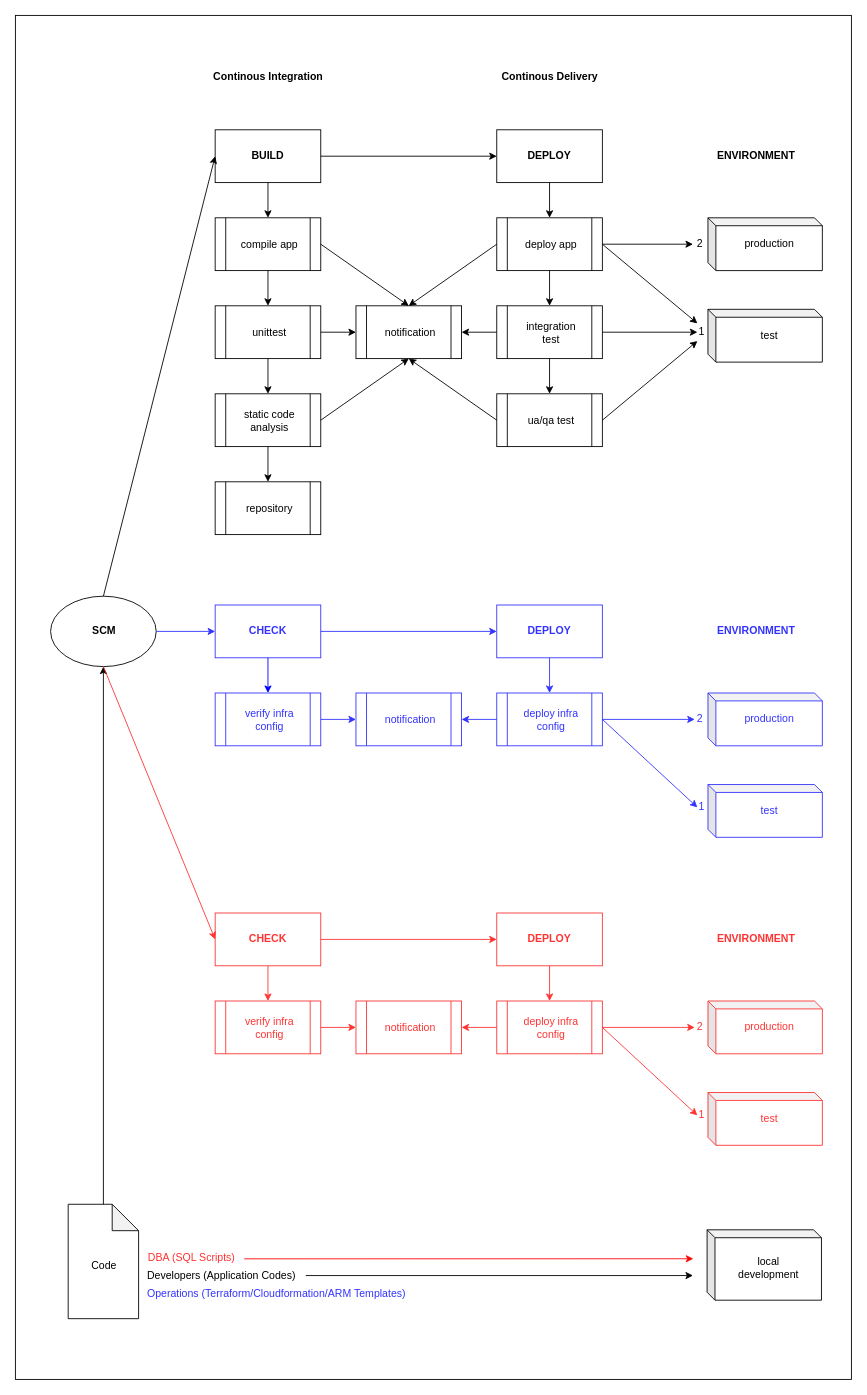
jayamorin/pipeline keeps this draw.io diagram as ci-cd_pipeline.drawio. Above is the earlier version. Source tidied: cells renumbered, new cells numbered last; positions are measured from the earlier drawing's top-left corner, leaving out a move shared by most shapes. Both pictures are drawn from the tidied source at 88%, with x=0, y=0 at pixel (15, 15).
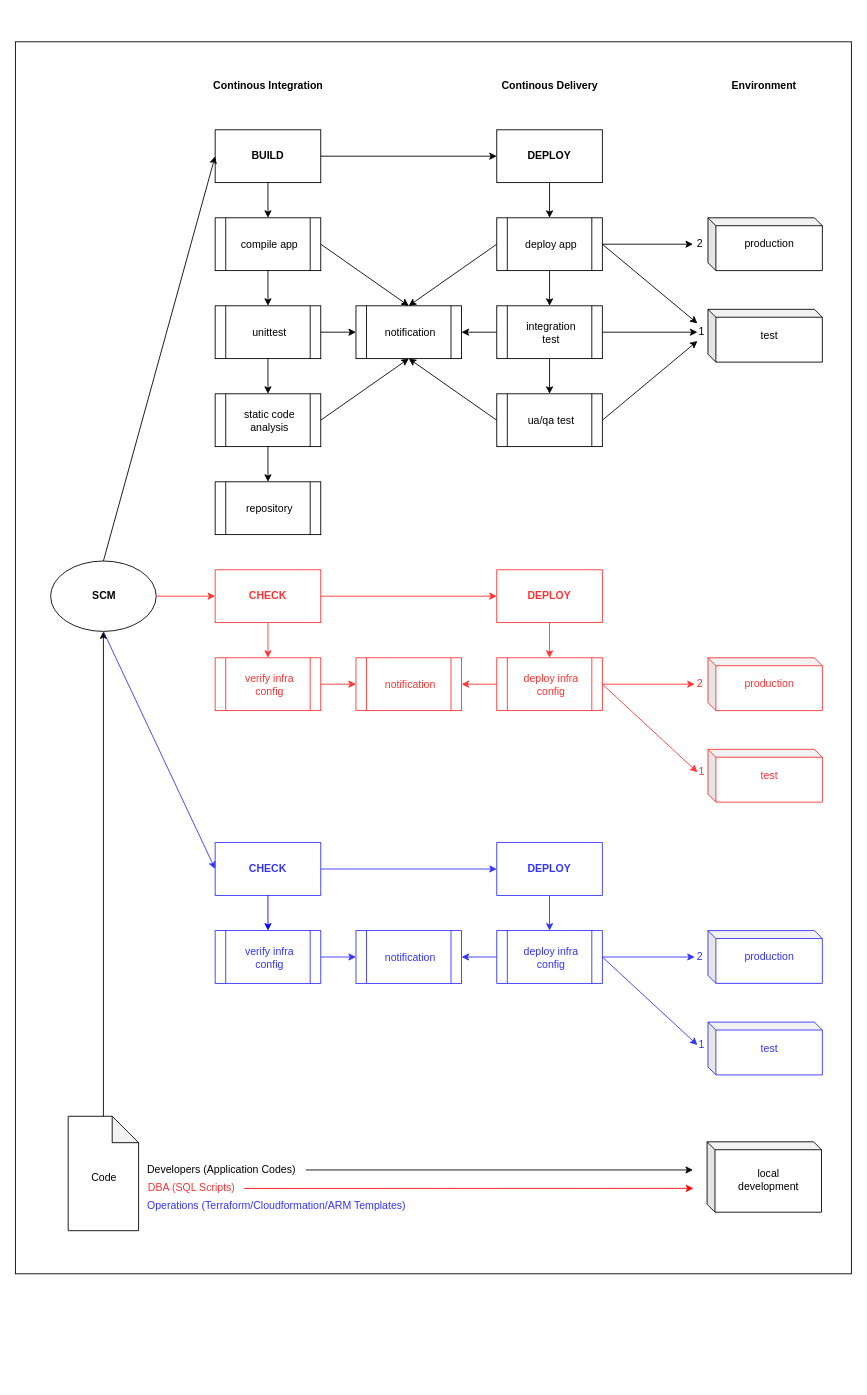
The same diagram, later.

Diff of the diagram source:
```diff
@@
     <mxCell id="2" style="rounded=0;whiteSpace=wrap;html=1;labelBackgroundColor=none;fillColor=none;strokeColor=#000000;" parent="1" vertex="1">
-      <mxGeometry width="950" height="1550" as="geometry" />
+      <mxGeometry y="30" width="950" height="1400" as="geometry" />
     </mxCell>
     <mxCell id="3" style="ellipse;whiteSpace=wrap;html=1;" parent="1" vertex="1">
-      <mxGeometry x="40" y="660" width="120" height="80" as="geometry" />
+      <mxGeometry x="40" y="620" width="120" height="80" as="geometry" />
     </mxCell>
@@
     <mxCell id="8" style="shape=note;whiteSpace=wrap;html=1;backgroundOutline=1;darkOpacity=0.05;" parent="1" vertex="1">
-      <mxGeometry x="60" y="1351" width="80" height="130" as="geometry" />
+      <mxGeometry x="60" y="1251" width="80" height="130" as="geometry" />
     </mxCell>
     <mxCell id="9" value="SCM" style="text;html=1;strokeColor=none;fillColor=none;align=center;verticalAlign=middle;whiteSpace=wrap;rounded=0;fontStyle=1;" parent="1" vertex="1">
-      <mxGeometry x="81" y="690" width="40" height="20" as="geometry" />
+      <mxGeometry x="81" y="650" width="40" height="20" as="geometry" />
     </mxCell>
@@
-    <mxCell id="13" value="ENVIRONMENT" style="text;html=1;strokeColor=none;fillColor=none;align=center;verticalAlign=middle;whiteSpace=wrap;rounded=0;fontStyle=1;" parent="1" vertex="1">
-      <mxGeometry x="777" y="150" width="130" height="20" as="geometry" />
+    <mxCell id="13" value="Environment" style="text;html=1;strokeColor=none;fillColor=none;align=center;verticalAlign=middle;whiteSpace=wrap;rounded=0;fontStyle=1;" parent="1" vertex="1">
+      <mxGeometry x="786" y="70" width="130" height="20" as="geometry" />
     </mxCell>
@@
     <mxCell id="42" style="shape=cube;whiteSpace=wrap;html=1;boundedLbl=1;backgroundOutline=1;darkOpacity=0.05;darkOpacity2=0.1;align=center;size=9;" parent="1" vertex="1">
-      <mxGeometry x="786" y="1380" width="130" height="80" as="geometry" />
+      <mxGeometry x="786" y="1280" width="130" height="80" as="geometry" />
     </mxCell>
     <mxCell id="43" value="local development" style="text;html=1;strokeColor=none;fillColor=none;align=center;verticalAlign=middle;whiteSpace=wrap;rounded=0;" parent="1" vertex="1">
-      <mxGeometry x="821" y="1413" width="70" height="20" as="geometry" />
+      <mxGeometry x="821" y="1313" width="70" height="20" as="geometry" />
     </mxCell>
@@
     <mxCell id="52" value="Continous Integration" style="text;html=1;strokeColor=none;fillColor=none;align=center;verticalAlign=middle;whiteSpace=wrap;rounded=0;fontStyle=1;" parent="1" vertex="1">
-      <mxGeometry x="221.5" y="60" width="131" height="20" as="geometry" />
+      <mxGeometry x="221.5" y="70" width="131" height="20" as="geometry" />
     </mxCell>
     <mxCell id="53" value="Continous Delivery" style="text;html=1;strokeColor=none;fillColor=none;align=center;verticalAlign=middle;whiteSpace=wrap;rounded=0;fontStyle=1;" parent="1" vertex="1">
-      <mxGeometry x="541.5" y="60" width="131" height="20" as="geometry" />
+      <mxGeometry x="541.5" y="70" width="131" height="20" as="geometry" />
     </mxCell>
     <mxCell id="54" value="Code" style="text;html=1;strokeColor=none;fillColor=none;align=center;verticalAlign=middle;whiteSpace=wrap;rounded=0;" parent="1" vertex="1">
-      <mxGeometry x="81" y="1411" width="40" height="20" as="geometry" />
+      <mxGeometry x="81" y="1311" width="40" height="20" as="geometry" />
     </mxCell>
     <mxCell id="55" value="Developers (Application Codes)" style="text;html=1;strokeColor=none;fillColor=none;align=left;verticalAlign=middle;whiteSpace=wrap;rounded=0;" parent="1" vertex="1">
-      <mxGeometry x="148" y="1422" width="182" height="20" as="geometry" />
+      <mxGeometry x="148" y="1302" width="182" height="20" as="geometry" />
     </mxCell>
     <mxCell id="56" value="Operations (Terraform/Cloudformation/ARM Templates)" style="text;html=1;align=left;verticalAlign=middle;whiteSpace=wrap;rounded=0;fontColor=#3333FF;" parent="1" vertex="1">
-      <mxGeometry x="148" y="1443" width="302" height="20" as="geometry" />
+      <mxGeometry x="148" y="1343" width="302" height="20" as="geometry" />
     </mxCell>
@@
     <mxCell id="60" style="rounded=0;whiteSpace=wrap;html=1;strokeColor=#3333FF;" parent="1" vertex="1">
-      <mxGeometry x="227" y="670" width="120" height="60" as="geometry" />
+      <mxGeometry x="227" y="940" width="120" height="60" as="geometry" />
     </mxCell>
     <mxCell id="61" style="rounded=0;whiteSpace=wrap;html=1;strokeColor=#3333FF;" parent="1" vertex="1">
-      <mxGeometry x="547" y="670" width="120" height="60" as="geometry" />
+      <mxGeometry x="547" y="940" width="120" height="60" as="geometry" />
     </mxCell>
-    <mxCell id="62" style="endArrow=classic;html=1;exitX=1;exitY=0.5;exitDx=0;exitDy=0;entryX=0;entryY=0.5;entryDx=0;entryDy=0;strokeColor=#3333FF;" parent="1" edge="1" source="3" target="60">
+    <mxCell id="62" style="endArrow=classic;html=1;exitX=0.5;exitY=1;exitDx=0;exitDy=0;entryX=0;entryY=0.5;entryDx=0;entryDy=0;strokeColor=#3333FF;" parent="1" edge="1" source="3" target="60">
       <mxGeometry relative="1" as="geometry" />
     </mxCell>
@@
     <mxCell id="64" value="CHECK" style="text;html=1;strokeColor=none;fillColor=none;align=center;verticalAlign=middle;whiteSpace=wrap;rounded=0;fontStyle=1;fontColor=#3333FF;" parent="1" vertex="1">
-      <mxGeometry x="267" y="690" width="40" height="20" as="geometry" />
+      <mxGeometry x="267" y="960" width="40" height="20" as="geometry" />
     </mxCell>
     <mxCell id="65" value="DEPLOY" style="text;html=1;strokeColor=none;fillColor=none;align=center;verticalAlign=middle;whiteSpace=wrap;rounded=0;fontStyle=1;fontColor=#3333FF;" parent="1" vertex="1">
-      <mxGeometry x="587" y="690" width="40" height="20" as="geometry" />
+      <mxGeometry x="587" y="960" width="40" height="20" as="geometry" />
     </mxCell>
     <mxCell id="66" style="endArrow=classic;html=1;exitX=0.5;exitY=1;exitDx=0;exitDy=0;entryX=0.5;entryY=0;entryDx=0;entryDy=0;fontColor=#000000;strokeColor=#0000FF;" parent="1" edge="1" source="60">
       <mxGeometry relative="1" as="geometry">
-        <mxPoint x="287" y="770" as="targetPoint" />
+        <mxPoint x="287" y="1040" as="targetPoint" />
       </mxGeometry>
     </mxCell>
     <mxCell id="67" style="endArrow=classic;html=1;exitX=0.5;exitY=1;exitDx=0;exitDy=0;entryX=0.5;entryY=0;entryDx=0;entryDy=0;strokeColor=#3333FF;" parent="1" edge="1" source="61">
       <mxGeometry relative="1" as="geometry">
-        <mxPoint x="607" y="770" as="targetPoint" />
+        <mxPoint x="607" y="1040" as="targetPoint" />
       </mxGeometry>
     </mxCell>
     <mxCell id="68" style="shape=process;whiteSpace=wrap;html=1;backgroundOutline=1;align=center;strokeColor=#3333FF;" parent="1" vertex="1">
-      <mxGeometry x="227" y="770" width="120" height="60" as="geometry" />
+      <mxGeometry x="227" y="1040" width="120" height="60" as="geometry" />
     </mxCell>
     <mxCell id="69" value="verify infra config" style="text;html=1;strokeColor=none;fillColor=none;align=center;verticalAlign=middle;whiteSpace=wrap;rounded=0;fontColor=#3333FF;" parent="1" vertex="1">
-      <mxGeometry x="254" y="791" width="70" height="20" as="geometry" />
+      <mxGeometry x="254" y="1061" width="70" height="20" as="geometry" />
     </mxCell>
     <mxCell id="70" style="shape=process;whiteSpace=wrap;html=1;backgroundOutline=1;align=center;strokeColor=#3333FF;" parent="1" vertex="1">
-      <mxGeometry x="547" y="770" width="120" height="60" as="geometry" />
+      <mxGeometry x="547" y="1040" width="120" height="60" as="geometry" />
     </mxCell>
     <mxCell id="71" value="deploy infra config" style="text;html=1;strokeColor=none;fillColor=none;align=center;verticalAlign=middle;whiteSpace=wrap;rounded=0;fontColor=#3333FF;" parent="1" vertex="1">
-      <mxGeometry x="574" y="791" width="70" height="20" as="geometry" />
+      <mxGeometry x="574" y="1061" width="70" height="20" as="geometry" />
     </mxCell>
-    <mxCell id="72" value="ENVIRONMENT" style="text;html=1;strokeColor=none;fillColor=none;align=center;verticalAlign=middle;whiteSpace=wrap;rounded=0;fontStyle=1;fontColor=#3333FF;" parent="1" vertex="1">
-      <mxGeometry x="777" y="690" width="130" height="20" as="geometry" />
-    </mxCell>
     <mxCell id="73" style="shape=cube;whiteSpace=wrap;html=1;boundedLbl=1;backgroundOutline=1;darkOpacity=0.05;darkOpacity2=0.1;align=center;size=9;strokeColor=#3333FF;" parent="1" vertex="1">
-      <mxGeometry x="787" y="770" width="130" height="60" as="geometry" />
+      <mxGeometry x="787" y="1040" width="130" height="60" as="geometry" />
     </mxCell>
     <mxCell id="74" value="production" style="text;html=1;strokeColor=none;fillColor=none;align=center;verticalAlign=middle;whiteSpace=wrap;rounded=0;fontColor=#3333FF;" parent="1" vertex="1">
-      <mxGeometry x="822" y="790" width="70" height="20" as="geometry" />
+      <mxGeometry x="822" y="1060" width="70" height="20" as="geometry" />
     </mxCell>
     <mxCell id="75" style="shape=cube;whiteSpace=wrap;html=1;boundedLbl=1;backgroundOutline=1;darkOpacity=0.05;darkOpacity2=0.1;align=center;size=9;strokeColor=#3333FF;" parent="1" vertex="1">
-      <mxGeometry x="787" y="874" width="130" height="60" as="geometry" />
+      <mxGeometry x="787" y="1144" width="130" height="60" as="geometry" />
     </mxCell>
     <mxCell id="76" value="test" style="text;html=1;strokeColor=none;fillColor=none;align=center;verticalAlign=middle;whiteSpace=wrap;rounded=0;fontColor=#3333FF;" parent="1" vertex="1">
-      <mxGeometry x="822" y="894" width="70" height="20" as="geometry" />
+      <mxGeometry x="822" y="1164" width="70" height="20" as="geometry" />
     </mxCell>
     <mxCell id="77" value="1" style="text;html=1;strokeColor=none;fillColor=none;align=center;verticalAlign=middle;whiteSpace=wrap;rounded=0;fontColor=#3333FF;" parent="1" vertex="1">
-      <mxGeometry x="775" y="890" width="10" height="20" as="geometry" />
+      <mxGeometry x="775" y="1160" width="10" height="20" as="geometry" />
     </mxCell>
     <mxCell id="78" value="2" style="text;html=1;strokeColor=none;fillColor=none;align=center;verticalAlign=middle;whiteSpace=wrap;rounded=0;fontColor=#3333FF;" parent="1" vertex="1">
-      <mxGeometry x="773" y="790" width="10" height="20" as="geometry" />
+      <mxGeometry x="773" y="1060" width="10" height="20" as="geometry" />
     </mxCell>
     <mxCell id="79" style="endArrow=classic;html=1;exitX=1;exitY=0.5;exitDx=0;exitDy=0;strokeColor=#3333FF;" parent="1" edge="1" source="70">
       <mxGeometry relative="1" as="geometry">
-        <mxPoint x="772" y="800" as="targetPoint" />
+        <mxPoint x="772" y="1070" as="targetPoint" />
       </mxGeometry>
     </mxCell>
@@
     <mxCell id="81" style="shape=process;whiteSpace=wrap;html=1;backgroundOutline=1;align=center;strokeColor=#3333FF;" parent="1" vertex="1">
-      <mxGeometry x="387" y="770" width="120" height="60" as="geometry" />
+      <mxGeometry x="387" y="1040" width="120" height="60" as="geometry" />
     </mxCell>
     <mxCell id="82" value="notification" style="text;html=1;strokeColor=none;fillColor=none;align=center;verticalAlign=middle;whiteSpace=wrap;rounded=0;fontColor=#3333FF;" parent="1" vertex="1">
-      <mxGeometry x="414" y="791" width="70" height="20" as="geometry" />
+      <mxGeometry x="414" y="1061" width="70" height="20" as="geometry" />
     </mxCell>
@@
     <mxCell id="85" style="rounded=0;whiteSpace=wrap;html=1;strokeColor=#FF3333;" parent="1" vertex="1">
-      <mxGeometry x="227" y="1020" width="120" height="60" as="geometry" />
+      <mxGeometry x="227" y="630" width="120" height="60" as="geometry" />
     </mxCell>
     <mxCell id="86" style="rounded=0;whiteSpace=wrap;html=1;strokeColor=#FF3333;" parent="1" vertex="1">
-      <mxGeometry x="547" y="1020" width="120" height="60" as="geometry" />
+      <mxGeometry x="547" y="630" width="120" height="60" as="geometry" />
     </mxCell>
@@
     <mxCell id="88" value="CHECK" style="text;html=1;strokeColor=none;fillColor=none;align=center;verticalAlign=middle;whiteSpace=wrap;rounded=0;fontStyle=1;fontColor=#FF3333;" parent="1" vertex="1">
-      <mxGeometry x="267" y="1040" width="40" height="20" as="geometry" />
+      <mxGeometry x="267" y="650" width="40" height="20" as="geometry" />
     </mxCell>
     <mxCell id="89" value="DEPLOY" style="text;html=1;strokeColor=none;fillColor=none;align=center;verticalAlign=middle;whiteSpace=wrap;rounded=0;fontStyle=1;fontColor=#FF3333;" parent="1" vertex="1">
-      <mxGeometry x="587" y="1040" width="40" height="20" as="geometry" />
+      <mxGeometry x="587" y="650" width="40" height="20" as="geometry" />
     </mxCell>
     <mxCell id="90" style="endArrow=classic;html=1;exitX=0.5;exitY=1;exitDx=0;exitDy=0;entryX=0.5;entryY=0;entryDx=0;entryDy=0;fontColor=#3333FF;strokeColor=#FF3333;" parent="1" edge="1" source="85">
       <mxGeometry relative="1" as="geometry">
-        <mxPoint x="287" y="1120" as="targetPoint" />
+        <mxPoint x="287" y="730" as="targetPoint" />
       </mxGeometry>
     </mxCell>
     <mxCell id="91" style="endArrow=classic;html=1;exitX=0.5;exitY=1;exitDx=0;exitDy=0;entryX=0.5;entryY=0;entryDx=0;entryDy=0;strokeColor=#FF3333;" parent="1" edge="1" source="86">
       <mxGeometry relative="1" as="geometry">
-        <mxPoint x="607" y="1120" as="targetPoint" />
+        <mxPoint x="607" y="730" as="targetPoint" />
       </mxGeometry>
     </mxCell>
     <mxCell id="92" style="shape=process;whiteSpace=wrap;html=1;backgroundOutline=1;align=center;strokeColor=#FF3333;" parent="1" vertex="1">
-      <mxGeometry x="227" y="1120" width="120" height="60" as="geometry" />
+      <mxGeometry x="227" y="730" width="120" height="60" as="geometry" />
     </mxCell>
     <mxCell id="93" value="verify infra config" style="text;html=1;strokeColor=none;fillColor=none;align=center;verticalAlign=middle;whiteSpace=wrap;rounded=0;fontColor=#FF3333;" parent="1" vertex="1">
-      <mxGeometry x="254" y="1141" width="70" height="20" as="geometry" />
+      <mxGeometry x="254" y="751" width="70" height="20" as="geometry" />
     </mxCell>
     <mxCell id="94" style="shape=process;whiteSpace=wrap;html=1;backgroundOutline=1;align=center;strokeColor=#FF3333;" parent="1" vertex="1">
-      <mxGeometry x="547" y="1120" width="120" height="60" as="geometry" />
+      <mxGeometry x="547" y="730" width="120" height="60" as="geometry" />
     </mxCell>
     <mxCell id="95" value="deploy infra config" style="text;html=1;strokeColor=none;fillColor=none;align=center;verticalAlign=middle;whiteSpace=wrap;rounded=0;fontColor=#FF3333;" parent="1" vertex="1">
-      <mxGeometry x="574" y="1141" width="70" height="20" as="geometry" />
+      <mxGeometry x="574" y="751" width="70" height="20" as="geometry" />
     </mxCell>
-    <mxCell id="96" value="ENVIRONMENT" style="text;html=1;strokeColor=none;fillColor=none;align=center;verticalAlign=middle;whiteSpace=wrap;rounded=0;fontStyle=1;fontColor=#FF3333;" parent="1" vertex="1">
-      <mxGeometry x="777" y="1040" width="130" height="20" as="geometry" />
-    </mxCell>
     <mxCell id="97" style="shape=cube;whiteSpace=wrap;html=1;boundedLbl=1;backgroundOutline=1;darkOpacity=0.05;darkOpacity2=0.1;align=center;size=9;strokeColor=#FF3333;" parent="1" vertex="1">
-      <mxGeometry x="787" y="1120" width="130" height="60" as="geometry" />
+      <mxGeometry x="787" y="730" width="130" height="60" as="geometry" />
     </mxCell>
     <mxCell id="98" value="production" style="text;html=1;strokeColor=none;fillColor=none;align=center;verticalAlign=middle;whiteSpace=wrap;rounded=0;fontColor=#FF3333;" parent="1" vertex="1">
-      <mxGeometry x="822" y="1140" width="70" height="20" as="geometry" />
+      <mxGeometry x="822" y="750" width="70" height="20" as="geometry" />
     </mxCell>
     <mxCell id="99" style="shape=cube;whiteSpace=wrap;html=1;boundedLbl=1;backgroundOutline=1;darkOpacity=0.05;darkOpacity2=0.1;align=center;size=9;strokeColor=#FF3333;" parent="1" vertex="1">
-      <mxGeometry x="787" y="1224" width="130" height="60" as="geometry" />
+      <mxGeometry x="787" y="834" width="130" height="60" as="geometry" />
     </mxCell>
     <mxCell id="100" value="test" style="text;html=1;strokeColor=none;fillColor=none;align=center;verticalAlign=middle;whiteSpace=wrap;rounded=0;fontColor=#FF3333;" parent="1" vertex="1">
-      <mxGeometry x="822" y="1244" width="70" height="20" as="geometry" />
+      <mxGeometry x="822" y="854" width="70" height="20" as="geometry" />
     </mxCell>
     <mxCell id="101" value="1" style="text;html=1;strokeColor=none;fillColor=none;align=center;verticalAlign=middle;whiteSpace=wrap;rounded=0;fontColor=#FF3333;" parent="1" vertex="1">
-      <mxGeometry x="775" y="1240" width="10" height="20" as="geometry" />
+      <mxGeometry x="775" y="850" width="10" height="20" as="geometry" />
     </mxCell>
     <mxCell id="102" value="2" style="text;html=1;strokeColor=none;fillColor=none;align=center;verticalAlign=middle;whiteSpace=wrap;rounded=0;fontColor=#FF3333;" parent="1" vertex="1">
-      <mxGeometry x="773" y="1140" width="10" height="20" as="geometry" />
+      <mxGeometry x="773" y="750" width="10" height="20" as="geometry" />
     </mxCell>
     <mxCell id="103" style="endArrow=classic;html=1;exitX=1;exitY=0.5;exitDx=0;exitDy=0;strokeColor=#FF3333;" parent="1" edge="1" source="94">
       <mxGeometry relative="1" as="geometry">
-        <mxPoint x="772" y="1150" as="targetPoint" />
+        <mxPoint x="772" y="760" as="targetPoint" />
       </mxGeometry>
     </mxCell>
@@
     <mxCell id="105" style="shape=process;whiteSpace=wrap;html=1;backgroundOutline=1;align=center;strokeColor=#FF3333;" parent="1" vertex="1">
-      <mxGeometry x="387" y="1120" width="120" height="60" as="geometry" />
+      <mxGeometry x="387" y="730" width="120" height="60" as="geometry" />
     </mxCell>
     <mxCell id="106" value="notification" style="text;html=1;strokeColor=none;fillColor=none;align=center;verticalAlign=middle;whiteSpace=wrap;rounded=0;fontColor=#FF3333;" parent="1" vertex="1">
-      <mxGeometry x="414" y="1141" width="70" height="20" as="geometry" />
+      <mxGeometry x="414" y="751" width="70" height="20" as="geometry" />
     </mxCell>
@@
     <mxCell id="109" value="DBA (SQL Scripts)" style="text;html=1;strokeColor=none;fillColor=none;align=left;verticalAlign=middle;whiteSpace=wrap;rounded=0;fontColor=#FF3333;" parent="1" vertex="1">
-      <mxGeometry x="149" y="1402" width="111" height="20" as="geometry" />
+      <mxGeometry x="149" y="1322" width="111" height="20" as="geometry" />
     </mxCell>
-    <mxCell id="110" style="endArrow=classic;html=1;exitX=0.5;exitY=1;exitDx=0;exitDy=0;entryX=0;entryY=0.5;entryDx=0;entryDy=0;strokeColor=#FF3333;" parent="1" edge="1" source="3" target="85">
+    <mxCell id="110" style="endArrow=classic;html=1;exitX=1;exitY=0.5;exitDx=0;exitDy=0;entryX=0;entryY=0.5;entryDx=0;entryDy=0;strokeColor=#FF3333;" parent="1" edge="1" source="3" target="85">
       <mxGeometry relative="1" as="geometry" />
     </mxCell>
     <mxCell id="111" style="endArrow=classic;html=1;strokeColor=#000000;fontColor=#FF3333;exitX=1;exitY=0.5;exitDx=0;exitDy=0;" parent="1" edge="1" source="55">
       <mxGeometry relative="1" as="geometry">
-        <mxPoint x="770" y="1432" as="targetPoint" />
+        <mxPoint x="770" y="1312" as="targetPoint" />
       </mxGeometry>
     </mxCell>
     <mxCell id="112" style="endArrow=classic;html=1;strokeColor=#FF0000;fontColor=#FF3333;exitX=1;exitY=0.5;exitDx=0;exitDy=0;entryX=0.811;entryY=0.918;entryDx=0;entryDy=0;entryPerimeter=0;" parent="1" edge="1">
       <mxGeometry relative="1" as="geometry">
-        <mxPoint x="260" y="1413" as="sourcePoint" />
-        <mxPoint x="770.4" y="1412.9" as="targetPoint" />
+        <mxPoint x="260" y="1333" as="sourcePoint" />
+        <mxPoint x="770.4" y="1332.9" as="targetPoint" />
       </mxGeometry>
     </mxCell>
```
